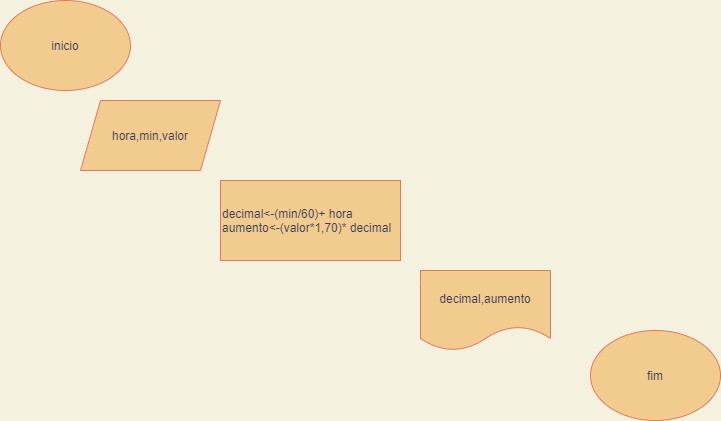
Above: fluxograma/HORA_EXTRA.png in LuizLimaM/Aulas-PA (draw.io), before the change. Source tidied: cells renumbered, new cells last; positions are measured from the earlier drawing's top-left corner, leaving out a move shared by most shapes.
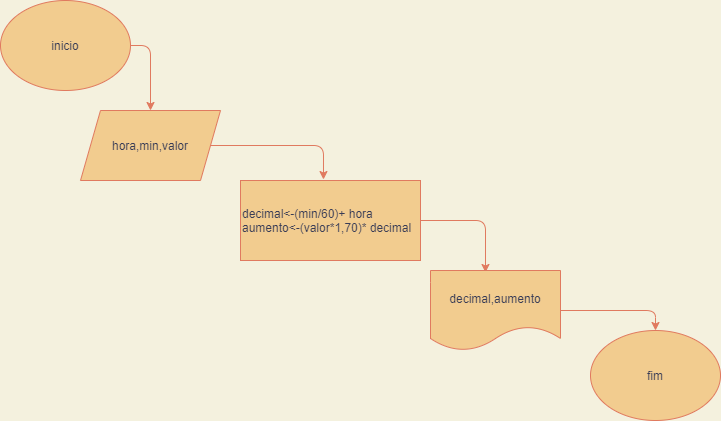
After the commit.

The edit, as a diff of the source:
```diff
@@ -2,20 +2,34 @@
   <root>
     <mxCell id="0" />
     <mxCell id="1" parent="0" />
+    <mxCell id="7" style="edgeStyle=orthogonalEdgeStyle;curved=0;rounded=1;sketch=0;jettySize=auto;html=1;strokeColor=#E07A5F;fillColor=#F2CC8F;fontColor=#393C56;" parent="1" edge="1" source="2">
+      <mxGeometry relative="1" as="geometry">
+        <mxPoint x="150" y="110" as="targetPoint" />
+      </mxGeometry>
+    </mxCell>
     <mxCell id="2" value="inicio" style="ellipse;whiteSpace=wrap;html=1;fillColor=#F2CC8F;strokeColor=#E07A5F;fontColor=#393C56;" parent="1" vertex="1">
       <mxGeometry width="130" height="90" as="geometry" />
     </mxCell>
+    <mxCell id="8" style="edgeStyle=orthogonalEdgeStyle;curved=0;rounded=1;sketch=0;jettySize=auto;html=1;entryX=0.461;entryY=-0.012;entryDx=0;entryDy=0;entryPerimeter=0;strokeColor=#E07A5F;fillColor=#F2CC8F;fontColor=#393C56;" parent="1" edge="1" source="3" target="4">
+      <mxGeometry relative="1" as="geometry" />
+    </mxCell>
     <mxCell id="3" value="hora,min,valor" style="shape=parallelogram;perimeter=parallelogramPerimeter;whiteSpace=wrap;html=1;fixedSize=1;fillColor=#F2CC8F;strokeColor=#E07A5F;fontColor=#393C56;" parent="1" vertex="1">
-      <mxGeometry x="80" y="100" width="140" height="70" as="geometry" />
+      <mxGeometry x="80" y="110" width="140" height="70" as="geometry" />
     </mxCell>
+    <mxCell id="9" style="edgeStyle=orthogonalEdgeStyle;curved=0;rounded=1;sketch=0;jettySize=auto;html=1;entryX=0.423;entryY=0.025;entryDx=0;entryDy=0;entryPerimeter=0;strokeColor=#E07A5F;fillColor=#F2CC8F;fontColor=#393C56;" parent="1" edge="1" source="4" target="6">
+      <mxGeometry relative="1" as="geometry" />
+    </mxCell>
     <mxCell id="4" value="&lt;div&gt;&lt;span&gt;decimal&amp;lt;-(min/60)+ hora&amp;nbsp;&lt;/span&gt;&lt;/div&gt;&lt;div style=&quot;text-align: justify&quot;&gt;&lt;span&gt;aumento&amp;lt;-(valor*1,70)* decimal&lt;/span&gt;&lt;/div&gt;" style="rounded=0;whiteSpace=wrap;html=1;align=left;fillColor=#F2CC8F;strokeColor=#E07A5F;fontColor=#393C56;" parent="1" vertex="1">
-      <mxGeometry x="220" y="180" width="180" height="80" as="geometry" />
+      <mxGeometry x="240" y="180" width="180" height="80" as="geometry" />
     </mxCell>
     <mxCell id="5" value="fim" style="ellipse;whiteSpace=wrap;html=1;fillColor=#F2CC8F;strokeColor=#E07A5F;fontColor=#393C56;" parent="1" vertex="1">
       <mxGeometry x="590" y="330" width="130" height="90" as="geometry" />
     </mxCell>
+    <mxCell id="10" style="edgeStyle=orthogonalEdgeStyle;curved=0;rounded=1;sketch=0;jettySize=auto;html=1;entryX=0.5;entryY=0;entryDx=0;entryDy=0;strokeColor=#E07A5F;fillColor=#F2CC8F;fontColor=#393C56;" parent="1" edge="1" source="6" target="5">
+      <mxGeometry relative="1" as="geometry" />
+    </mxCell>
     <mxCell id="6" value="decimal,aumento" style="shape=document;whiteSpace=wrap;html=1;boundedLbl=1;fillColor=#F2CC8F;strokeColor=#E07A5F;fontColor=#393C56;" parent="1" vertex="1">
-      <mxGeometry x="420" y="270" width="130" height="80" as="geometry" />
+      <mxGeometry x="430" y="270" width="130" height="80" as="geometry" />
     </mxCell>
   </root>
 </mxGraphModel>
```
